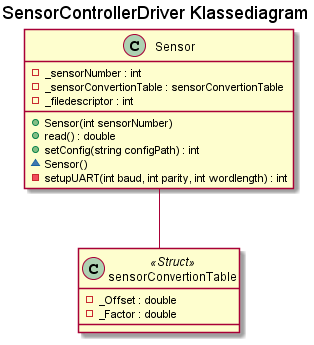
Solvgraa-mager/E4PRJ4 keeps this PlantUML diagram as Design/SE/SensorController Driver/Klassediagram/CD_SensorControllerDriver.png. Above is the earlier version.
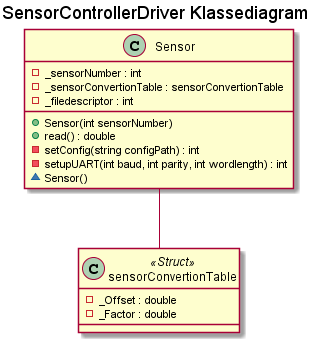
The same file after the commit.

Diff of the diagram source:
```diff
@@ -1,12 +1,12 @@
-@startuml
+@startuml CD_SensorControllerDriver
 title SensorControllerDriver Klassediagram
 
 class Sensor{
     +Sensor(int sensorNumber)
     +read() : double
-    +setConfig(string configPath) : int
+    -setConfig(string configPath) : int
+    -setupUART(int baud, int parity, int wordlength) : int
     ~Sensor()
-    -setupUART(int baud, int parity, int wordlength) : int
     -_sensorNumber : int
     -_sensorConvertionTable : sensorConvertionTable
     -_filedescriptor : int
```
